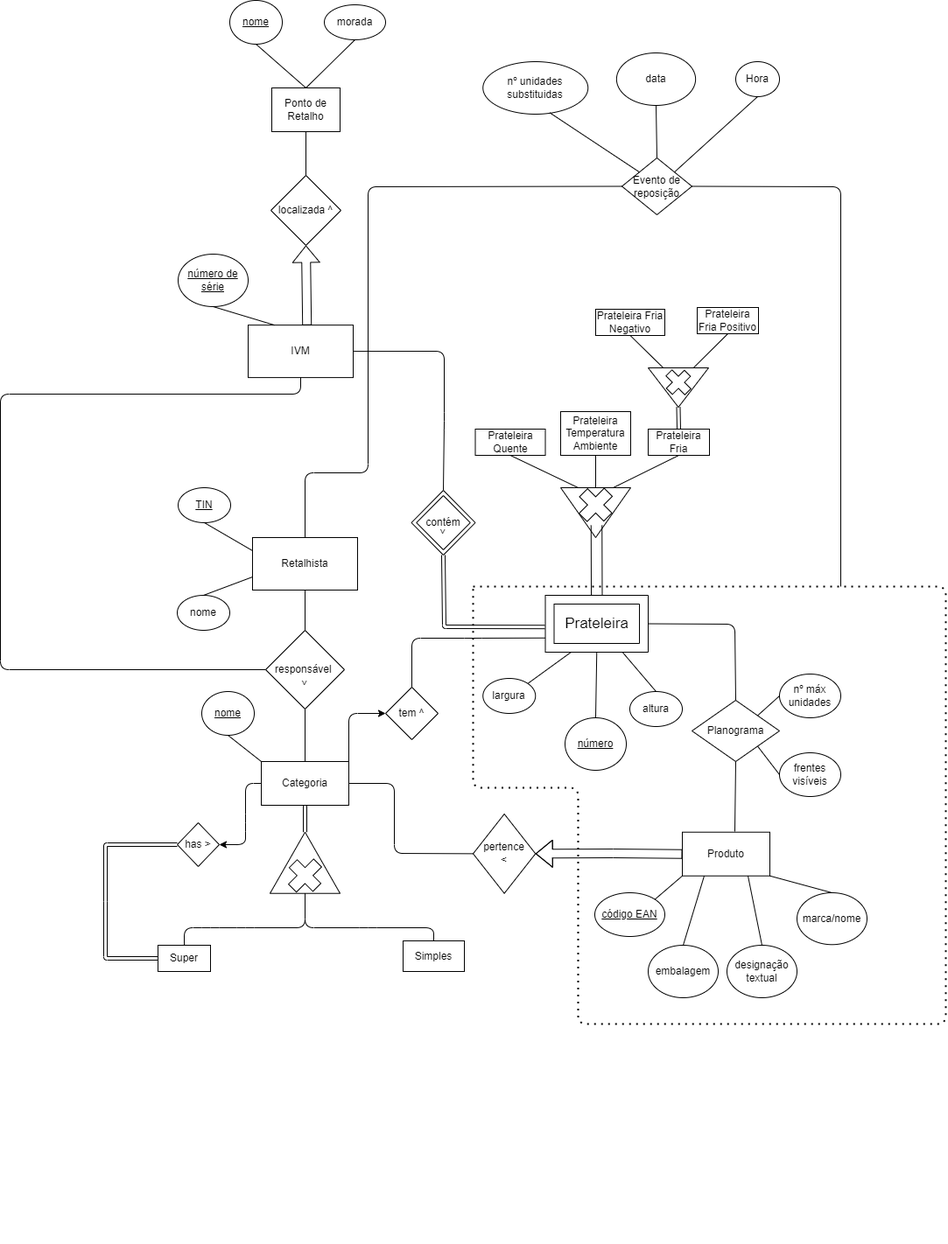
Above: Parte1/Projeto1.png in CaGonJo/BD_Project (draw.io), before the change. Source tidied: cells renumbered, new cells last; positions are measured from the earlier drawing's top-left corner, leaving out a move shared by most shapes.
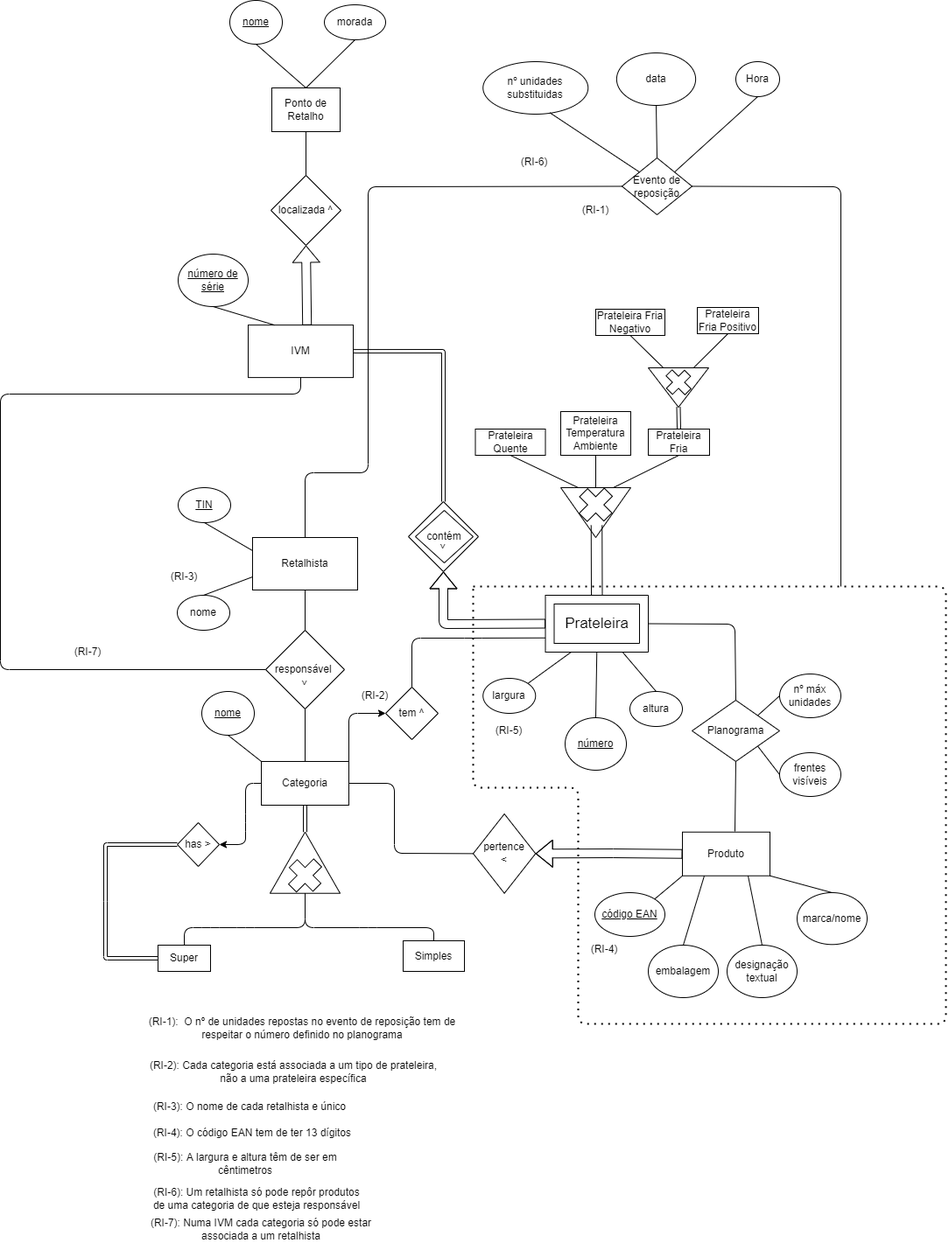
The same file after the commit.

Commit message:
IVM has prateleira (always)

Diff of the diagram source:
```diff
@@ -2,6 +2,9 @@
   <root>
     <mxCell id="0" />
     <mxCell id="1" parent="0" />
+    <mxCell id="106" style="rhombus;whiteSpace=wrap;html=1;" parent="1" vertex="1">
+      <mxGeometry x="466" y="573" width="80" height="80" as="geometry" />
+    </mxCell>
     <mxCell id="2" value="IVM" style="rounded=0;whiteSpace=wrap;html=1;" parent="1" vertex="1">
       <mxGeometry x="283" y="371.1" width="120" height="60" as="geometry" />
     </mxCell>
@@ -241,14 +244,12 @@
     <mxCell id="66" style="endArrow=none;html=1;exitX=0.5;exitY=0;exitDx=0;exitDy=0;entryX=0.5;entryY=1;entryDx=0;entryDy=0;" parent="1" edge="1" source="65" target="42">
       <mxGeometry relative="1" as="geometry" />
     </mxCell>
-    <mxCell id="67" style="endArrow=none;html=1;exitX=1;exitY=0.5;exitDx=0;exitDy=0;entryX=0.5;entryY=0;entryDx=0;entryDy=0;" parent="1" edge="1" source="2" target="107">
-      <mxGeometry relative="1" as="geometry">
-        <Array as="points">
-          <mxPoint x="507" y="401" />
-          <mxPoint x="507" y="481" />
-        </Array>
-      </mxGeometry>
-    </mxCell>
+    <mxCell id="108" value="contém&lt;br&gt;" style="rhombus;whiteSpace=wrap;html=1;" parent="1" vertex="1">
+      <mxGeometry x="474" y="583" width="66" height="60" as="geometry" />
+    </mxCell>
+    <mxCell id="109" value="&amp;lt;" style="text;html=1;strokeColor=none;fillColor=none;align=center;verticalAlign=middle;whiteSpace=wrap;rounded=0;rotation=-90;" parent="1" vertex="1">
+      <mxGeometry x="491" y="614" width="30" height="20" as="geometry" />
+    </mxCell>
     <mxCell id="68" value="&amp;lt;" style="text;html=1;strokeColor=none;fillColor=none;align=center;verticalAlign=middle;whiteSpace=wrap;rounded=0;rotation=-90;" parent="1" vertex="1">
       <mxGeometry x="333" y="770" width="30" height="20" as="geometry" />
     </mxCell>
@@ -355,63 +356,61 @@
         </Array>
       </mxGeometry>
     </mxCell>
-    <mxCell id="92" value="&lt;font color=&quot;#ffffff&quot;&gt;(RI-1)&lt;/font&gt;" style="text;html=1;strokeColor=none;fillColor=none;align=center;verticalAlign=middle;whiteSpace=wrap;rounded=0;" parent="1" vertex="1">
+    <mxCell id="92" value="&lt;font color=&quot;#000000&quot;&gt;(RI-1)&lt;/font&gt;" style="text;html=1;strokeColor=none;fillColor=none;align=center;verticalAlign=middle;whiteSpace=wrap;rounded=0;" parent="1" vertex="1">
       <mxGeometry x="650" y="225" width="60" height="30" as="geometry" />
     </mxCell>
-    <mxCell id="93" value="(RI-1):&amp;nbsp; O nº de unidades repostas no evento de reposição tem de respeitar o número definido no planograma" style="text;html=1;strokeColor=none;fillColor=none;align=center;verticalAlign=middle;whiteSpace=wrap;rounded=0;fontColor=#FFFFFF;" parent="1" vertex="1">
+    <mxCell id="93" value="&lt;font color=&quot;#000000&quot;&gt;(RI-1):&amp;nbsp; O nº de unidades repostas no evento de reposição tem de respeitar o número definido no planograma&lt;/font&gt;" style="text;html=1;strokeColor=none;fillColor=none;align=center;verticalAlign=middle;whiteSpace=wrap;rounded=0;fontColor=#FFFFFF;" parent="1" vertex="1">
       <mxGeometry x="160" y="1150" width="370" height="50" as="geometry" />
     </mxCell>
-    <mxCell id="94" value="(RI-2)" style="text;html=1;strokeColor=none;fillColor=none;align=center;verticalAlign=middle;whiteSpace=wrap;rounded=0;fontColor=#FFFFFF;" parent="1" vertex="1">
+    <mxCell id="94" value="&lt;font color=&quot;#000000&quot;&gt;(RI-2)&lt;/font&gt;" style="text;html=1;strokeColor=none;fillColor=none;align=center;verticalAlign=middle;whiteSpace=wrap;rounded=0;fontColor=#FFFFFF;" parent="1" vertex="1">
       <mxGeometry x="398" y="780" width="60" height="30" as="geometry" />
     </mxCell>
-    <mxCell id="95" value="(RI-2): Cada categoria está associada a um tipo de prateleira, não a uma prateleira específica" style="text;html=1;strokeColor=none;fillColor=none;align=center;verticalAlign=middle;whiteSpace=wrap;rounded=0;fontColor=#FFFFFF;" parent="1" vertex="1">
+    <mxCell id="95" value="&lt;font color=&quot;#000000&quot;&gt;(RI-2): Cada categoria está associada a um tipo de prateleira, não a uma prateleira específica&lt;/font&gt;" style="text;html=1;strokeColor=none;fillColor=none;align=center;verticalAlign=middle;whiteSpace=wrap;rounded=0;fontColor=#FFFFFF;" parent="1" vertex="1">
       <mxGeometry x="160" y="1210" width="350" height="30" as="geometry" />
     </mxCell>
-    <mxCell id="96" value="(RI-3)" style="text;html=1;strokeColor=none;fillColor=none;align=center;verticalAlign=middle;whiteSpace=wrap;rounded=0;fontColor=#FFFFFF;" parent="1" vertex="1">
+    <mxCell id="96" value="&lt;font color=&quot;#000000&quot;&gt;(RI-3)&lt;/font&gt;" style="text;html=1;strokeColor=none;fillColor=none;align=center;verticalAlign=middle;whiteSpace=wrap;rounded=0;fontColor=#FFFFFF;" parent="1" vertex="1">
       <mxGeometry x="180" y="644" width="60" height="30" as="geometry" />
     </mxCell>
-    <mxCell id="97" value="(RI-3): O nome de cada retalhista e único" style="text;html=1;strokeColor=none;fillColor=none;align=center;verticalAlign=middle;whiteSpace=wrap;rounded=0;fontColor=#FFFFFF;" parent="1" vertex="1">
+    <mxCell id="97" value="&lt;font color=&quot;#000000&quot;&gt;(RI-3): O nome de cada retalhista e único&lt;/font&gt;" style="text;html=1;strokeColor=none;fillColor=none;align=center;verticalAlign=middle;whiteSpace=wrap;rounded=0;fontColor=#FFFFFF;" parent="1" vertex="1">
       <mxGeometry x="120" y="1250" width="330" height="30" as="geometry" />
     </mxCell>
-    <mxCell id="98" value="(RI-4)" style="text;html=1;strokeColor=none;fillColor=none;align=center;verticalAlign=middle;whiteSpace=wrap;rounded=0;fontColor=#FFFFFF;" parent="1" vertex="1">
+    <mxCell id="98" value="&lt;font color=&quot;#000000&quot;&gt;(RI-4)&lt;/font&gt;" style="text;html=1;strokeColor=none;fillColor=none;align=center;verticalAlign=middle;whiteSpace=wrap;rounded=0;fontColor=#FFFFFF;" parent="1" vertex="1">
       <mxGeometry x="660" y="1070" width="60" height="30" as="geometry" />
     </mxCell>
-    <mxCell id="99" value="(RI-4): O código EAN tem de ter 13 dígitos" style="text;html=1;strokeColor=none;fillColor=none;align=center;verticalAlign=middle;whiteSpace=wrap;rounded=0;fontColor=#FFFFFF;" parent="1" vertex="1">
+    <mxCell id="99" value="&lt;font color=&quot;#000000&quot;&gt;(RI-4): O código EAN tem de ter 13 dígitos&lt;/font&gt;" style="text;html=1;strokeColor=none;fillColor=none;align=center;verticalAlign=middle;whiteSpace=wrap;rounded=0;fontColor=#FFFFFF;" parent="1" vertex="1">
       <mxGeometry x="168" y="1290" width="240" height="10" as="geometry" />
     </mxCell>
-    <mxCell id="100" value="(RI-5)" style="text;html=1;strokeColor=none;fillColor=none;align=center;verticalAlign=middle;whiteSpace=wrap;rounded=0;fontColor=#FFFFFF;" parent="1" vertex="1">
+    <mxCell id="100" value="&lt;font color=&quot;#000000&quot;&gt;(RI-5)&lt;/font&gt;" style="text;html=1;strokeColor=none;fillColor=none;align=center;verticalAlign=middle;whiteSpace=wrap;rounded=0;fontColor=#FFFFFF;" parent="1" vertex="1">
       <mxGeometry x="551.2" y="820" width="60" height="30" as="geometry" />
     </mxCell>
-    <mxCell id="101" value="(RI-5): A largura e altura têm de ser em cêntimetros" style="text;html=1;strokeColor=none;fillColor=none;align=center;verticalAlign=middle;whiteSpace=wrap;rounded=0;fontColor=#FFFFFF;" parent="1" vertex="1">
+    <mxCell id="101" value="&lt;font color=&quot;#000000&quot;&gt;(RI-5): A largura e altura têm de ser em cêntimetros&lt;/font&gt;" style="text;html=1;strokeColor=none;fillColor=none;align=center;verticalAlign=middle;whiteSpace=wrap;rounded=0;fontColor=#FFFFFF;" parent="1" vertex="1">
       <mxGeometry x="160" y="1310" width="240" height="40" as="geometry" />
     </mxCell>
-    <mxCell id="102" value="(RI-6)" style="text;html=1;strokeColor=none;fillColor=none;align=center;verticalAlign=middle;whiteSpace=wrap;rounded=0;fontColor=#FFFFFF;" parent="1" vertex="1">
+    <mxCell id="102" value="&lt;font color=&quot;#000000&quot;&gt;(RI-6)&lt;/font&gt;" style="text;html=1;strokeColor=none;fillColor=none;align=center;verticalAlign=middle;whiteSpace=wrap;rounded=0;fontColor=#FFFFFF;" parent="1" vertex="1">
       <mxGeometry x="580" y="170" width="60" height="30" as="geometry" />
     </mxCell>
-    <mxCell id="103" value="(RI-6): Um retalhista só pode repôr produtos de uma categoria de que esteja responsável" style="text;html=1;strokeColor=none;fillColor=none;align=center;verticalAlign=middle;whiteSpace=wrap;rounded=0;fontColor=#FFFFFF;" parent="1" vertex="1">
+    <mxCell id="103" value="&lt;font color=&quot;#000000&quot;&gt;(RI-6): Um retalhista só pode repôr produtos de uma categoria de que esteja responsável&lt;/font&gt;" style="text;html=1;strokeColor=none;fillColor=none;align=center;verticalAlign=middle;whiteSpace=wrap;rounded=0;fontColor=#FFFFFF;" parent="1" vertex="1">
       <mxGeometry x="168" y="1350" width="250" height="40" as="geometry" />
     </mxCell>
-    <mxCell id="104" value="(RI-7)" style="text;html=1;strokeColor=none;fillColor=none;align=center;verticalAlign=middle;whiteSpace=wrap;rounded=0;fontColor=#FFFFFF;" parent="1" vertex="1">
+    <mxCell id="104" value="&lt;font color=&quot;#000000&quot;&gt;(RI-7)&lt;/font&gt;" style="text;html=1;strokeColor=none;fillColor=none;align=center;verticalAlign=middle;whiteSpace=wrap;rounded=0;fontColor=#FFFFFF;" parent="1" vertex="1">
       <mxGeometry x="70" y="730" width="60" height="30" as="geometry" />
     </mxCell>
-    <mxCell id="105" value="(RI-7): Numa IVM cada categoria só pode estar associada a um retalhista" style="text;html=1;strokeColor=none;fillColor=none;align=center;verticalAlign=middle;whiteSpace=wrap;rounded=0;fontColor=#FFFFFF;" parent="1" vertex="1">
+    <mxCell id="105" value="&lt;font color=&quot;#000000&quot;&gt;(RI-7): Numa IVM cada categoria só pode estar associada a um retalhista&lt;/font&gt;" style="text;html=1;strokeColor=none;fillColor=none;align=center;verticalAlign=middle;whiteSpace=wrap;rounded=0;fontColor=#FFFFFF;" parent="1" vertex="1">
       <mxGeometry x="168" y="1390" width="260" height="30" as="geometry" />
     </mxCell>
-    <mxCell id="106" style="shape=link;html=1;exitX=0.5;exitY=1;exitDx=0;exitDy=0;entryX=-0.005;entryY=0.557;entryDx=0;entryDy=0;entryPerimeter=0;" parent="1" edge="1" source="107" target="23">
-      <mxGeometry relative="1" as="geometry">
-        <Array as="points">
-          <mxPoint x="507" y="716" />
-        </Array>
-      </mxGeometry>
-    </mxCell>
-    <mxCell id="107" style="rhombus;whiteSpace=wrap;html=1;" parent="1" vertex="1">
-      <mxGeometry x="469.5" y="560" width="73" height="74" as="geometry" />
+    <mxCell id="107" style="shape=flexArrow;endArrow=classic;html=1;exitX=0;exitY=0.5;exitDx=0;exitDy=0;exitPerimeter=0;entryX=0.5;entryY=1;entryDx=0;entryDy=0;" parent="1" edge="1" source="23" target="106">
+      <mxGeometry relative="1" as="geometry">
+        <Array as="points">
+          <mxPoint x="506" y="713" />
+        </Array>
+      </mxGeometry>
     </mxCell>
-    <mxCell id="108" value="contém" style="rhombus;whiteSpace=wrap;html=1;" parent="1" vertex="1">
-      <mxGeometry x="475.2" y="566" width="61.5" height="62" as="geometry" />
-    </mxCell>
-    <mxCell id="109" value="&amp;lt;" style="text;html=1;strokeColor=none;fillColor=none;align=center;verticalAlign=middle;whiteSpace=wrap;rounded=0;rotation=-90;" parent="1" vertex="1">
-      <mxGeometry x="491" y="597" width="30" height="20" as="geometry" />
-    </mxCell>
+    <mxCell id="110" style="shape=link;html=1;exitX=1;exitY=0.5;exitDx=0;exitDy=0;entryX=0.5;entryY=0;entryDx=0;entryDy=0;" parent="1" edge="1" source="2" target="106">
+      <mxGeometry relative="1" as="geometry">
+        <Array as="points">
+          <mxPoint x="506" y="401" />
+        </Array>
+      </mxGeometry>
+    </mxCell>
   </root>
 </mxGraphModel>
```
